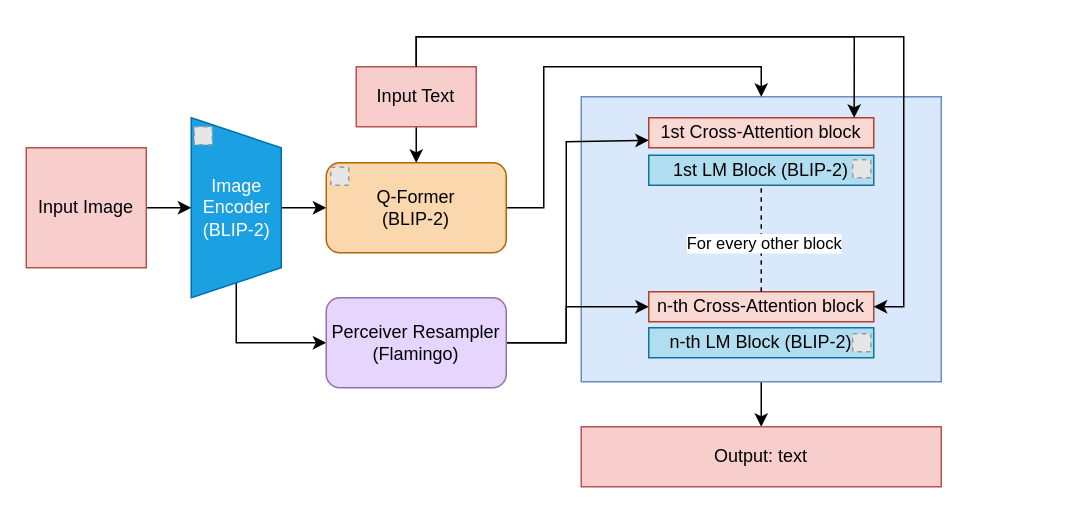
This is images/CS7643_FinalProj.drawio from DanielSjtea/CS7643_ProductMind, a draw.io file, before an edit. Source tidied: cells renumbered, new cells numbered last; positions are measured from the earlier drawing's top-left corner, leaving out a move shared by most shapes. Both pictures are drawn from the tidied source at 150%, with x=0, y=0 at pixel (26, 36). Pictures stored in the file or linked from it are replaced by grey dashed boxes.
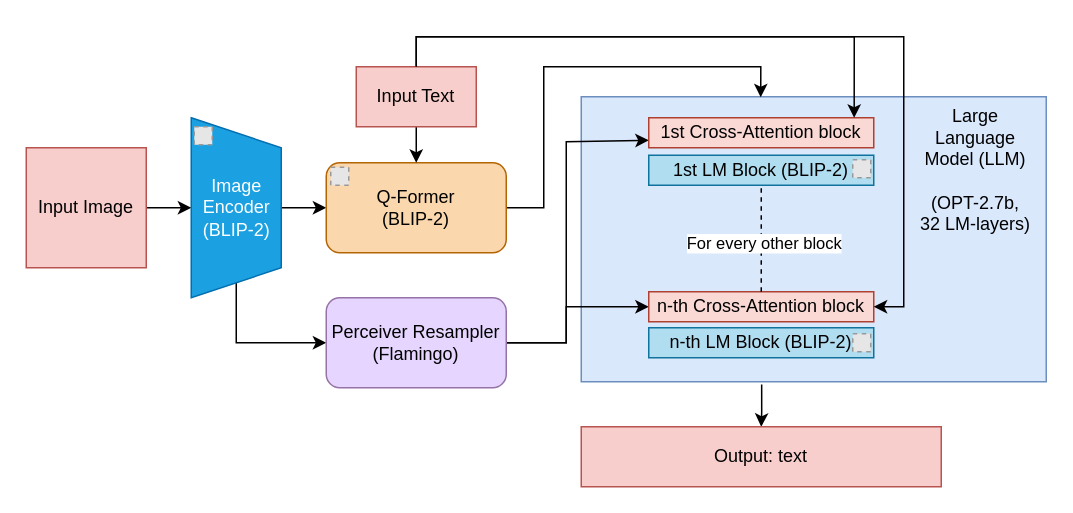
Above is the later version.

Commit message (it also covers changes not shown here):
Update diagram with LLM details

The change refers to these unchanged cells:
```xml
<mxCell id="12" value="Q-Former&lt;br&gt;(BLIP-2)" style="rounded=1;whiteSpace=wrap;html=1;fillColor=#fad7ac;strokeColor=#b46504;" parent="1" vertex="1">
  <mxGeometry x="200" y="84" width="120" height="60" as="geometry" />
</mxCell>
<mxCell id="25" value="Output: text" style="rounded=0;whiteSpace=wrap;html=1;fillColor=#f8cecc;strokeColor=#b85450;" parent="1" vertex="1">
  <mxGeometry x="370" y="260" width="240" height="40" as="geometry" />
</mxCell>
```

Change to the diagram source:
```diff
@@
-    <mxCell id="2" style="edgeStyle=orthogonalEdgeStyle;rounded=0;jettySize=auto;html=1;" parent="1" edge="1" source="3" target="25">
+    <mxCell id="2" style="edgeStyle=orthogonalEdgeStyle;rounded=0;jettySize=auto;html=1;exitX=0.388;exitY=1.01;exitDx=0;exitDy=0;exitPerimeter=0;" parent="1" edge="1" source="3" target="25">
       <mxGeometry relative="1" as="geometry" />
     </mxCell>
     <mxCell id="3" style="rounded=0;whiteSpace=wrap;html=1;fillColor=#dae8fc;strokeColor=#6c8ebf;" parent="1" vertex="1">
-      <mxGeometry x="370" y="40" width="240" height="190" as="geometry" />
+      <mxGeometry x="370" y="40" width="310" height="190" as="geometry" />
     </mxCell>
@@
-    <mxCell id="11" style="edgeStyle=orthogonalEdgeStyle;rounded=0;jettySize=auto;html=1;entryX=0.5;entryY=0;entryDx=0;entryDy=0;" parent="1" edge="1" source="12" target="3">
+    <mxCell id="11" style="edgeStyle=orthogonalEdgeStyle;rounded=0;jettySize=auto;html=1;entryX=0.386;entryY=0.002;entryDx=0;entryDy=0;entryPerimeter=0;" parent="1" edge="1" source="12" target="3">
       <mxGeometry relative="1" as="geometry" />
     </mxCell>
@@
+    <mxCell id="30" value="Large Language Model (LLM)&lt;br&gt;&lt;br&gt;&lt;div&gt;(OPT-2.7b,&lt;/div&gt;&lt;div&gt;32 LM-layers)&lt;/div&gt;" style="text;html=1;align=center;verticalAlign=middle;whiteSpace=wrap;rounded=0;" parent="1" vertex="1">
+      <mxGeometry x="590" y="44" width="86" height="90" as="geometry" />
+    </mxCell>
```
